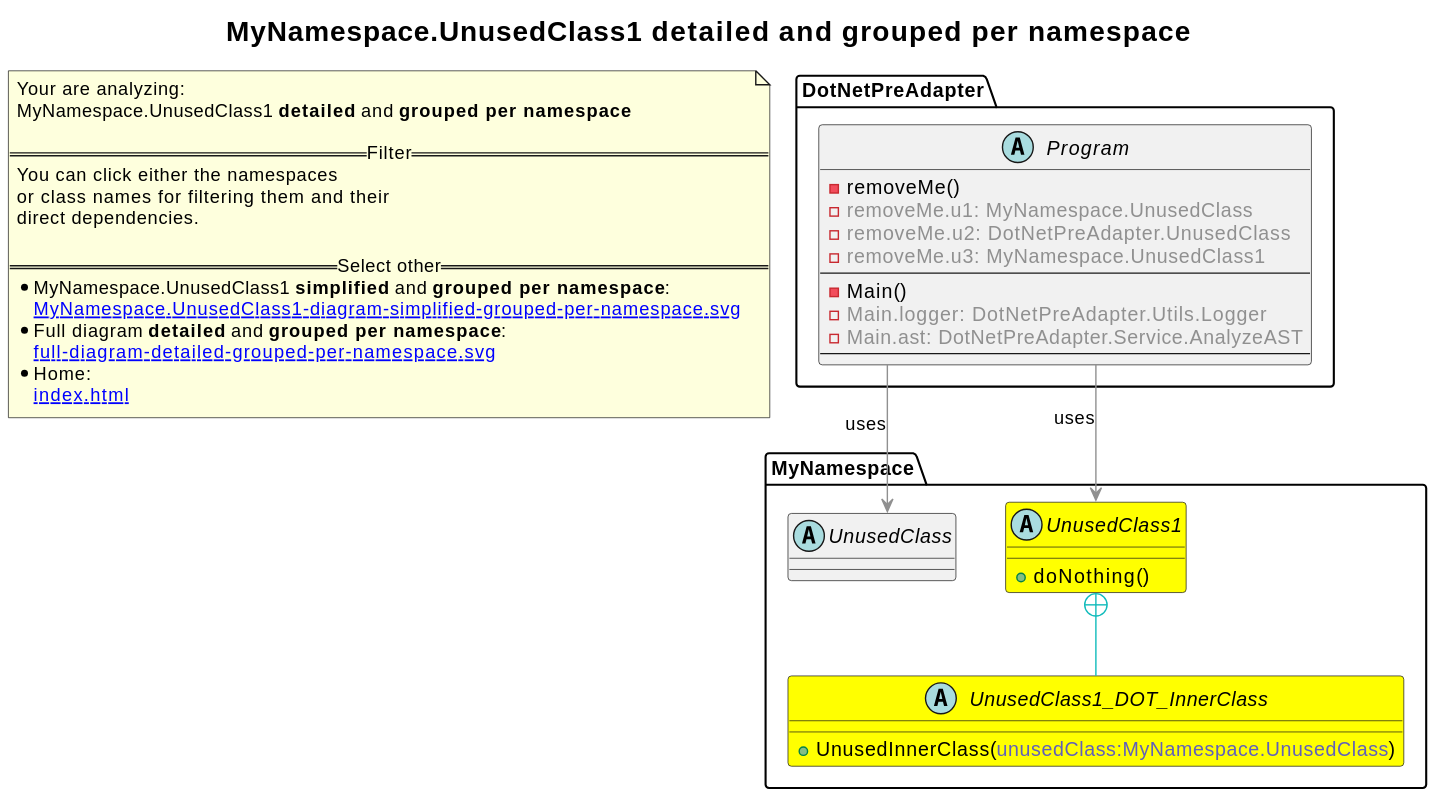
Above: revenger-csharp-adapter.out/MyNamespace.UnusedClass1-diagram-detailed-grouped-per-namespace.svg in 2BlackCoffees/revenger (PlantUML), before the change. Its diagram source:
```plantuml
@startuml
skinparam linetype ortho
title <size:20>MyNamespace.UnusedClass1 **detailed** and **grouped per namespace**</size>
note "Your are analyzing:\nMyNamespace.UnusedClass1 **detailed** and **grouped per namespace**\n\n==Filter==\nYou can click either the namespaces \nor class names for filtering them and their\ndirect dependencies.\n\n==Select other==\n* MyNamespace.UnusedClass1 **simplified** and **grouped per namespace**:\n   [[MyNamespace.UnusedClass1-diagram-simplified-grouped-per-namespace.svg]]\n* Full diagram **detailed** and **grouped per namespace**:\n   [[full-diagram-detailed-grouped-per-namespace.svg]]\n* Home:\n   [[index.html]]" as FloatingNote
namespace DotNetPreAdapter [[DotNetPreAdapter-diagram-detailed-grouped-per-namespace.svg]] {
abstract class DotNetPreAdapter.Program [[DotNetPreAdapter.Program-diagram-detailed-grouped-per-namespace.svg]]  {
  - removeMe(<font color="6060BB"></font>)
  - <font color="909090">removeMe.u1: MyNamespace.UnusedClass</font>
  - <font color="909090">removeMe.u2: DotNetPreAdapter.UnusedClass</font>
  - <font color="909090">removeMe.u3: MyNamespace.UnusedClass1</font>
--
  - Main(<font color="6060BB"></font>)
  - <font color="909090">Main.logger: DotNetPreAdapter.Utils.Logger</font>
  - <font color="909090">Main.ast: DotNetPreAdapter.Service.AnalyzeAST</font>
--
}
}
namespace MyNamespace [[MyNamespace-diagram-detailed-grouped-per-namespace.svg]] {
abstract class MyNamespace.UnusedClass1 [[MyNamespace.UnusedClass1-diagram-detailed-grouped-per-namespace.svg]] #yellow {
  + doNothing(<font color="6060BB"></font>)
}
abstract class MyNamespace.UnusedClass1_DOT_InnerClass [[MyNamespace.UnusedClass1.InnerClass-diagram-detailed-grouped-per-namespace.svg]] #yellow {
  + UnusedInnerClass(<font color="6060BB">unusedClass:MyNamespace.UnusedClass</font>)
}
abstract class MyNamespace.UnusedClass [[MyNamespace.UnusedClass-diagram-detailed-grouped-per-namespace.svg]]  {
}
}
DotNetPreAdapter.Program -[#909090]-> MyNamespace.UnusedClass  : uses
DotNetPreAdapter.Program -[#909090]-> MyNamespace.UnusedClass1  : uses
MyNamespace.UnusedClass1 +-[#10BBBB]- MyNamespace.UnusedClass1_DOT_InnerClass
MyNamespace.UnusedClass1.InnerClass .[#6060BB].> MyNamespace.UnusedClass  : uses
@enduml
```
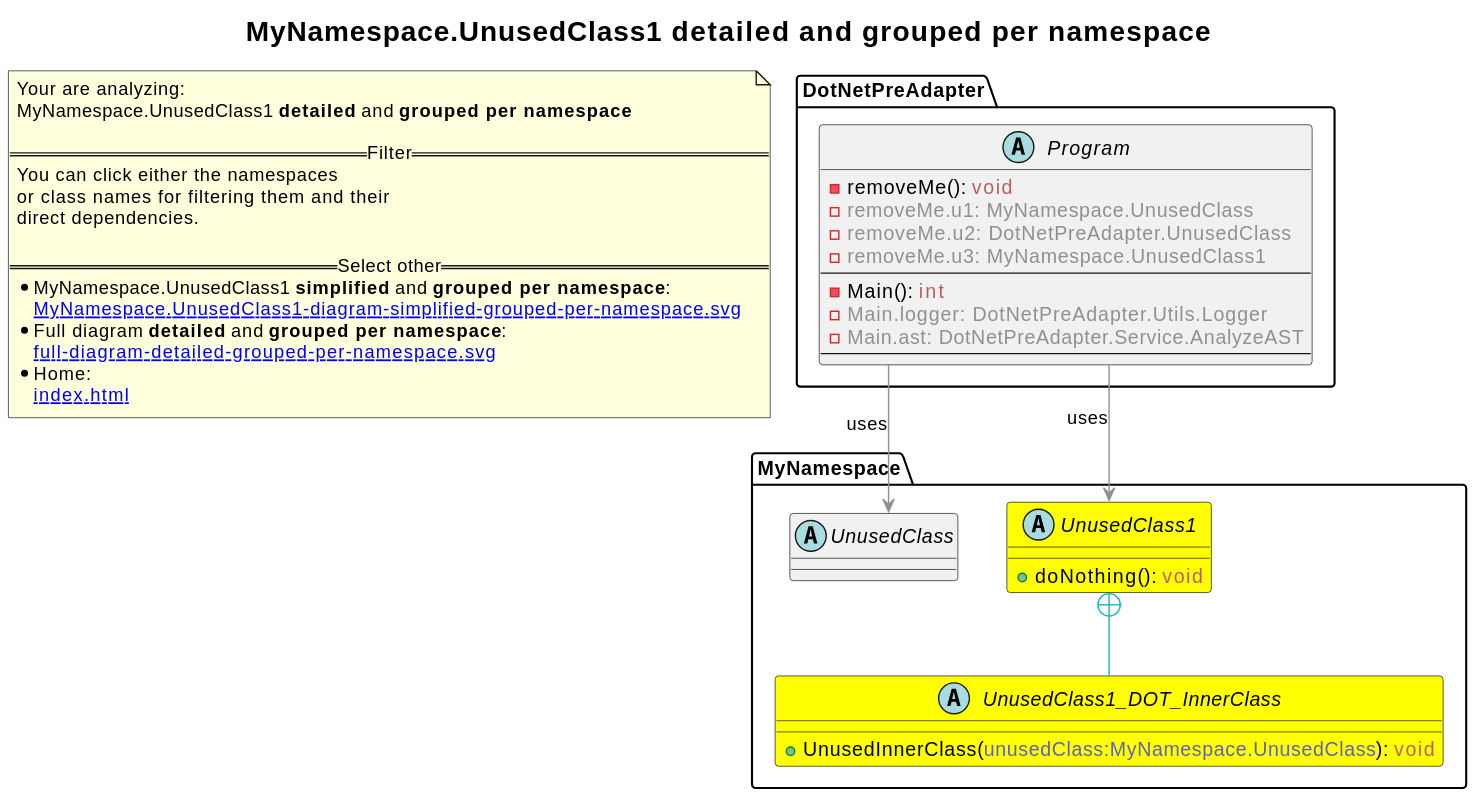
After the commit.

Change to the diagram source:
```diff
@@ -4,12 +4,12 @@
 note "Your are analyzing:\nMyNamespace.UnusedClass1 **detailed** and **grouped per namespace**\n\n==Filter==\nYou can click either the namespaces \nor class names for filtering them and their\ndirect dependencies.\n\n==Select other==\n* MyNamespace.UnusedClass1 **simplified** and **grouped per namespace**:\n   [[MyNamespace.UnusedClass1-diagram-simplified-grouped-per-namespace.svg]]\n* Full diagram **detailed** and **grouped per namespace**:\n   [[full-diagram-detailed-grouped-per-namespace.svg]]\n* Home:\n   [[index.html]]" as FloatingNote
 namespace DotNetPreAdapter [[DotNetPreAdapter-diagram-detailed-grouped-per-namespace.svg]] {
 abstract class DotNetPreAdapter.Program [[DotNetPreAdapter.Program-diagram-detailed-grouped-per-namespace.svg]]  {
-  - removeMe(<font color="6060BB"></font>)
+  - removeMe(<font color="6060BB"></font>): <font color="BB6060">void</font>
   - <font color="909090">removeMe.u1: MyNamespace.UnusedClass</font>
   - <font color="909090">removeMe.u2: DotNetPreAdapter.UnusedClass</font>
   - <font color="909090">removeMe.u3: MyNamespace.UnusedClass1</font>
 --
-  - Main(<font color="6060BB"></font>)
+  - Main(<font color="6060BB"></font>): <font color="BB6060">int</font>
   - <font color="909090">Main.logger: DotNetPreAdapter.Utils.Logger</font>
   - <font color="909090">Main.ast: DotNetPreAdapter.Service.AnalyzeAST</font>
 --
@@ -17,10 +17,10 @@
 }
 namespace MyNamespace [[MyNamespace-diagram-detailed-grouped-per-namespace.svg]] {
 abstract class MyNamespace.UnusedClass1 [[MyNamespace.UnusedClass1-diagram-detailed-grouped-per-namespace.svg]] #yellow {
-  + doNothing(<font color="6060BB"></font>)
+  + doNothing(<font color="6060BB"></font>): <font color="BB6060">void</font>
 }
 abstract class MyNamespace.UnusedClass1_DOT_InnerClass [[MyNamespace.UnusedClass1.InnerClass-diagram-detailed-grouped-per-namespace.svg]] #yellow {
-  + UnusedInnerClass(<font color="6060BB">unusedClass:MyNamespace.UnusedClass</font>)
+  + UnusedInnerClass(<font color="6060BB">unusedClass:MyNamespace.UnusedClass</font>): <font color="BB6060">void</font>
 }
 abstract class MyNamespace.UnusedClass [[MyNamespace.UnusedClass-diagram-detailed-grouped-per-namespace.svg]]  {
 }
```
